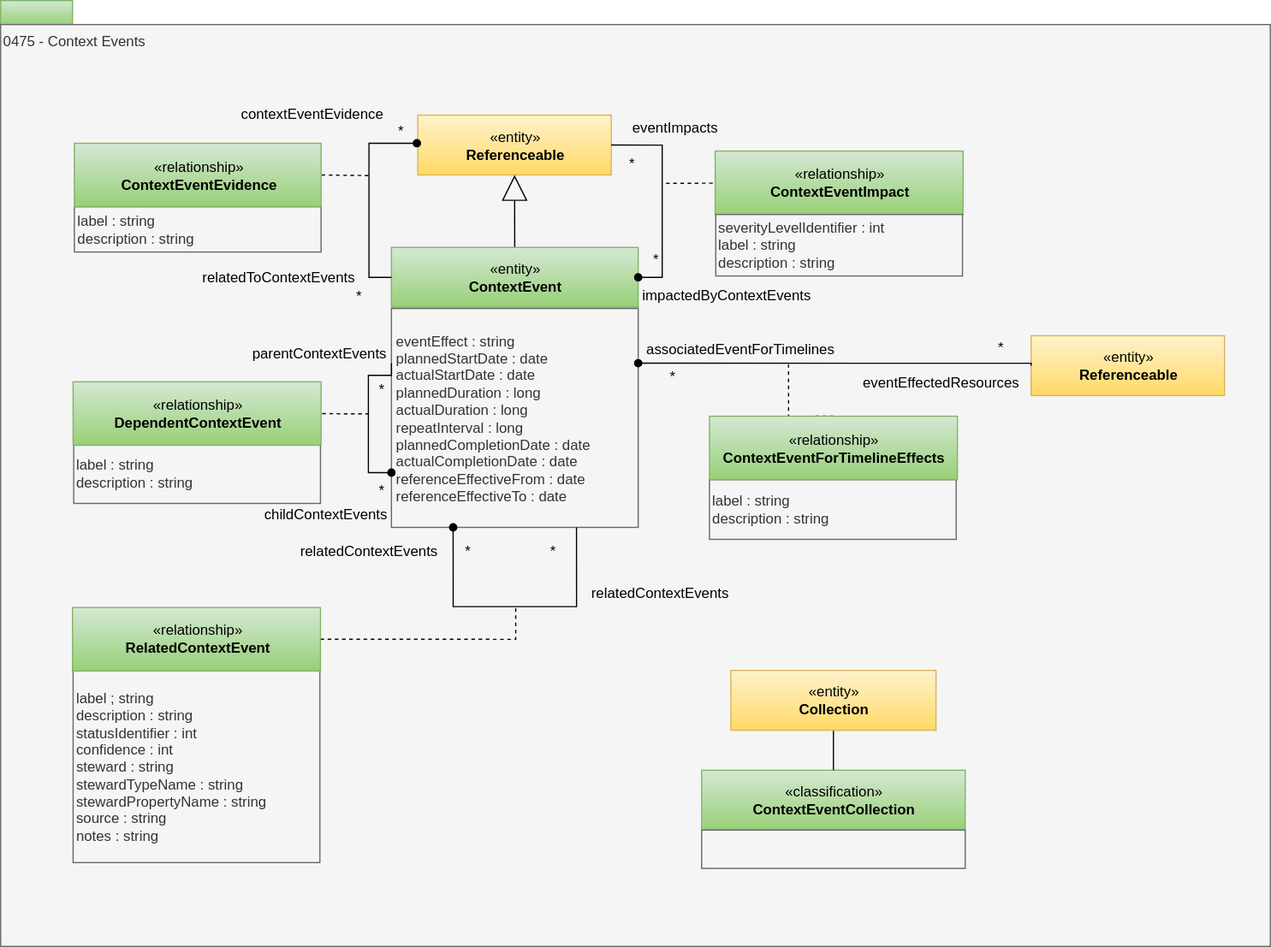
Earlier version of the draw.io export site/docs/types/4/0475-Context-Events.svg (odpi/egeria-docs). Source tidied: cells renumbered, new cells last; positions are measured from the earlier drawing's top-left corner, leaving out a move shared by most shapes.
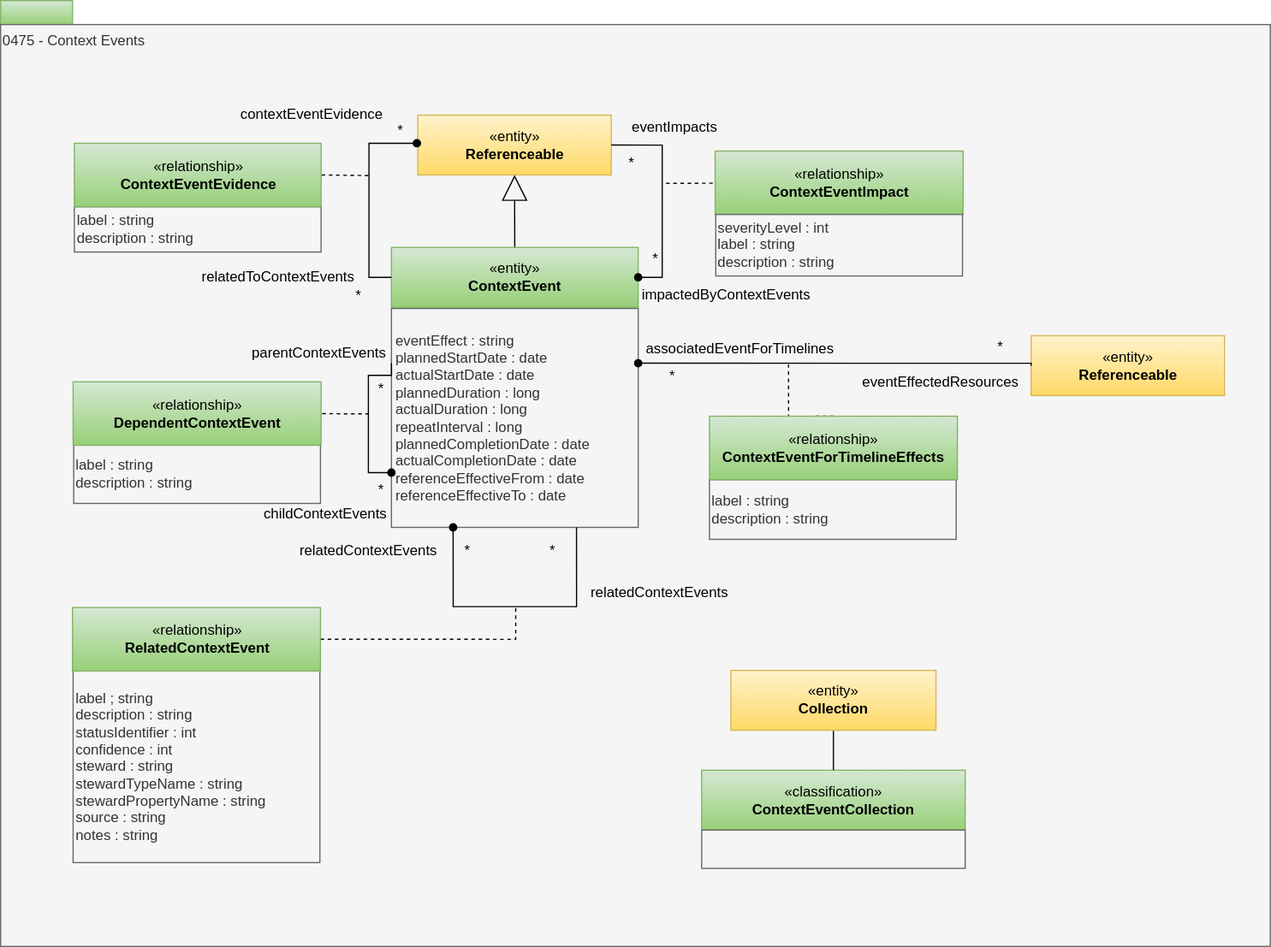
Above is the later version.

What changed in the source:
```diff
@@ -142,7 +142,7 @@
     <mxCell id="38" value="*" style="text;html=1;strokeColor=none;fillColor=none;align=center;verticalAlign=middle;whiteSpace=wrap;rounded=0;" parent="1" vertex="1">
       <mxGeometry x="278.5" y="237.2" width="40" height="20" as="geometry" />
     </mxCell>
-    <mxCell id="39" value="severityLevelIdentifier : int&lt;div&gt;label : string&lt;br&gt;description : string&lt;/div&gt;" style="rounded=0;whiteSpace=wrap;html=1;strokeColor=#666666;align=left;fillColor=#f5f5f5;fontColor=#333333;" parent="1" vertex="1">
+    <mxCell id="39" value="severityLevel : int&lt;div&gt;label : string&lt;br&gt;description : string&lt;/div&gt;" style="rounded=0;whiteSpace=wrap;html=1;strokeColor=#666666;align=left;fillColor=#f5f5f5;fontColor=#333333;" parent="1" vertex="1">
       <mxGeometry x="597" y="178.7" width="206" height="51.3" as="geometry" />
     </mxCell>
     <mxCell id="40" value="impactedByContextEvents" style="text;html=1;strokeColor=none;fillColor=none;align=center;verticalAlign=middle;whiteSpace=wrap;rounded=0;" parent="1" vertex="1">
```
